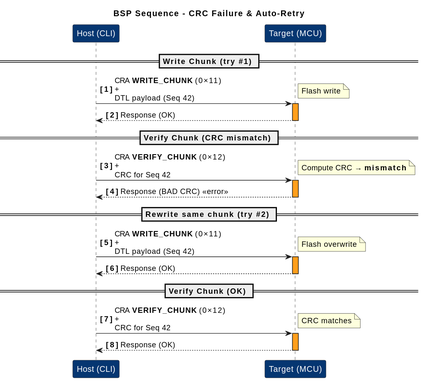
Above: 03-modern-cpp/extras/bootloader/image/bsp_crc_error_retry_sequence.svg in orcalinux/embedded-linux-diploma (PlantUML), before the change.
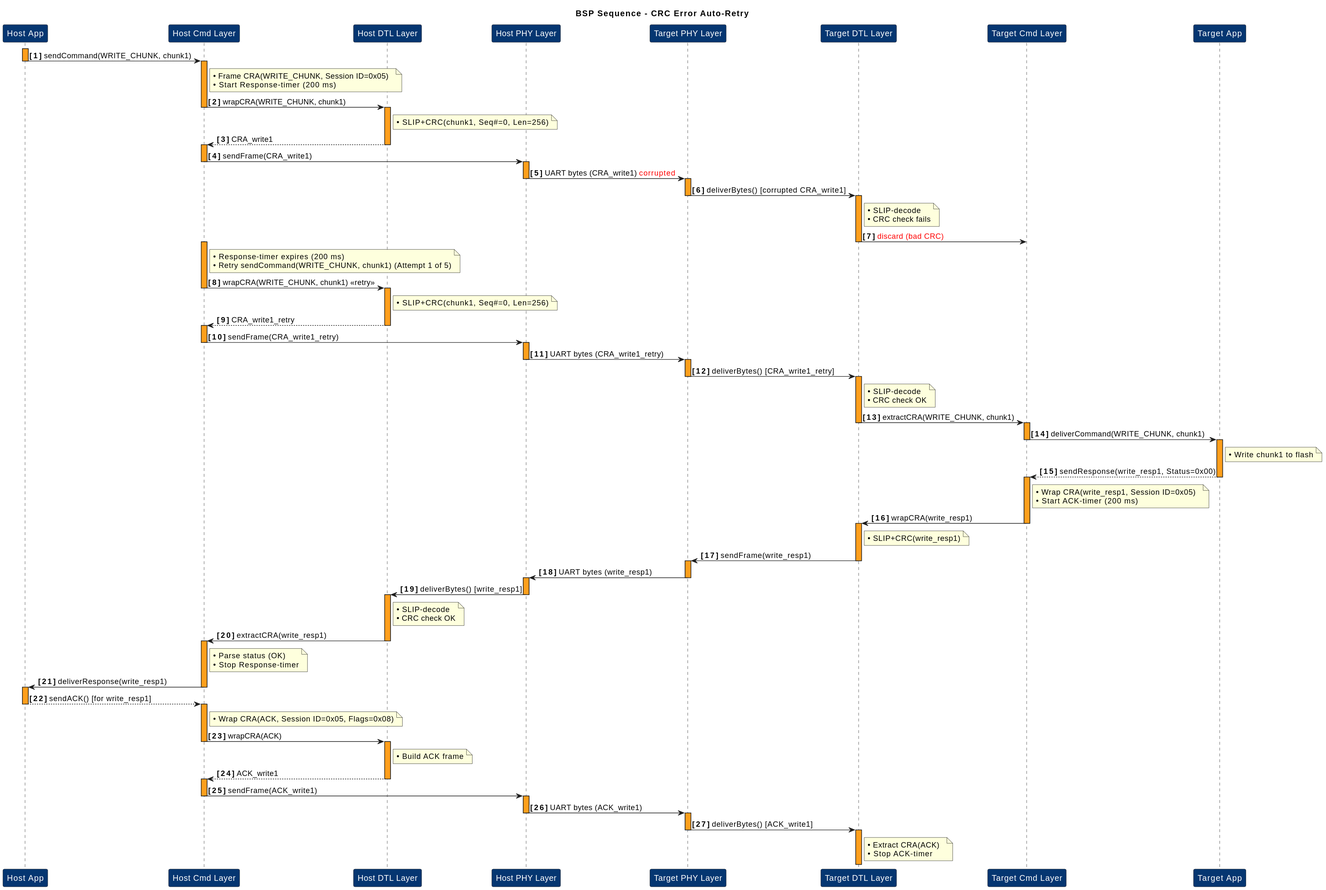
The same file after the commit.

The edit, as a diff of the source:
```diff
@@ -1,5 +1,5 @@
 @startuml
-skinparam ParticipantPadding  120
+skinparam ParticipantPadding 120 '
 skinparam participant {
     BackgroundColor #053671
     BorderColor     #1e1e1e
@@ -14,42 +14,177 @@
     ParticipantFontColor       white
 }
 
-title **BSP Sequence - CRC Failure & Auto-Retry**
+title **BSP Sequence - CRC Error Auto-Retry**
 
-participant "Host (CLI)"   as Host
-participant "Target (MCU)" as Target
+participant "Host App"         as HA
+participant "Host Cmd Layer"   as HC
+participant "Host DTL Layer"   as HD
+participant "Host PHY Layer"   as HP
+participant "Target PHY Layer" as TP
+participant "Target DTL Layer" as TD
+participant "Target Cmd Layer" as TC
+participant "Target App"       as TA
 
 autonumber "<b>[0]</b>"
 
-== Write Chunk (try #1) ==
-Host  -> Target : CRA **WRITE_CHUNK** (0×11)\n+\nDTL payload (Seq 42)
-activate Target
-note right
-  Flash write
+activate HA
+HA -> HC : sendCommand(WRITE_CHUNK, chunk1)
+deactivate HA
+
+activate HC
+note right of HC
+  • Frame CRA(WRITE_CHUNK, Session ID=0x05)
+  • Start Response-timer (200 ms)
 end note
-Target --> Host : Response (OK)
-deactivate Target
+HC -> HD : wrapCRA(WRITE_CHUNK, chunk1)
+deactivate HC
 
-== Verify Chunk (CRC mismatch) ==
-Host  -> Target : CRA **VERIFY_CHUNK** (0×12)\n+\nCRC for Seq 42
-activate Target
-note right
-  Compute CRC → **mismatch**
+activate HD
+note right of HD
+  • SLIP+CRC(chunk1, Seq#=0, Len=256)
 end note
-Target --> Host : Response (BAD CRC) <<error>>
-deactivate Target
+HD --> HC : CRA_write1
+deactivate HD
 
-== Rewrite same chunk (try #2) ==
-Host  -> Target : CRA **WRITE_CHUNK** (0×11)\n+\nDTL payload (Seq 42)
-activate Target
-note right: Flash overwrite
-Target --> Host : Response (OK)
-deactivate Target
+activate HC
+HC -> HP : sendFrame(CRA_write1)
+deactivate HC
 
-== Verify Chunk (OK) ==
-Host  -> Target : CRA **VERIFY_CHUNK** (0×12)\n+\nCRC for Seq 42
-activate Target
-note right: CRC matches
-Target --> Host : Response (OK)
-deactivate Target
+activate HP
+HP -> TP : UART bytes (CRA_write1) <color:red>corrupted</color>
+deactivate HP
+
+activate TP
+TP -> TD : deliverBytes() [corrupted CRA_write1]
+deactivate TP
+
+activate TD
+note right of TD
+  • SLIP-decode
+  • CRC check fails
+end note
+TD -> TC : <color:red>discard (bad CRC)</color>
+deactivate TD
+
+activate HC
+note right of HC
+  • Response-timer expires (200 ms)
+  • Retry sendCommand(WRITE_CHUNK, chunk1) (Attempt 1 of 5)
+end note
+HC -> HD : wrapCRA(WRITE_CHUNK, chunk1) «retry»
+deactivate HC
+
+activate HD
+note right of HD
+  • SLIP+CRC(chunk1, Seq#=0, Len=256)
+end note
+HD --> HC : CRA_write1_retry
+deactivate HD
+
+activate HC
+HC -> HP : sendFrame(CRA_write1_retry)
+deactivate HC
+
+activate HP
+HP -> TP : UART bytes (CRA_write1_retry)
+deactivate HP
+
+activate TP
+TP -> TD : deliverBytes() [CRA_write1_retry]
+deactivate TP
+
+activate TD
+note right of TD
+  • SLIP-decode
+  • CRC check OK
+end note
+TD -> TC : extractCRA(WRITE_CHUNK, chunk1)
+deactivate TD
+
+activate TC
+TC -> TA : deliverCommand(WRITE_CHUNK, chunk1)
+deactivate TC
+
+activate TA
+note right of TA
+  • Write chunk1 to flash
+end note
+TA --> TC : sendResponse(write_resp1, Status=0x00)
+deactivate TA
+
+activate TC
+note right of TC
+  • Wrap CRA(write_resp1, Session ID=0x05)
+  • Start ACK-timer (200 ms)
+end note
+TC -> TD : wrapCRA(write_resp1)
+deactivate TC
+
+activate TD
+note right of TD
+  • SLIP+CRC(write_resp1)
+end note
+TD -> TP : sendFrame(write_resp1)
+deactivate TD
+
+activate TP
+TP -> HP : UART bytes (write_resp1)
+deactivate TP
+
+activate HP
+HP -> HD : deliverBytes() [write_resp1]
+deactivate HP
+
+activate HD
+note right of HD
+  • SLIP-decode
+  • CRC check OK
+end note
+HD -> HC : extractCRA(write_resp1)
+deactivate HD
+
+activate HC
+note right of HC
+  • Parse status (OK)
+  • Stop Response-timer
+end note
+HC -> HA : deliverResponse(write_resp1)
+deactivate HC
+
+activate HA
+HA --> HC : sendACK() [for write_resp1]
+deactivate HA
+
+activate HC
+note right of HC
+  • Wrap CRA(ACK, Session ID=0x05, Flags=0x08)
+end note
+HC -> HD : wrapCRA(ACK)
+deactivate HC
+
+activate HD
+note right of HD
+  • Build ACK frame
+end note
+HD --> HC : ACK_write1
+deactivate HD
+
+activate HC
+HC -> HP : sendFrame(ACK_write1)
+deactivate HC
+
+activate HP
+HP -> TP : UART bytes (ACK_write1)
+deactivate HP
+
+activate TP
+TP -> TD : deliverBytes() [ACK_write1]
+deactivate TP
+
+activate TD
+note right of TD
+  • Extract CRA(ACK)
+  • Stop ACK-timer
+end note
+deactivate TD
 @enduml
```
